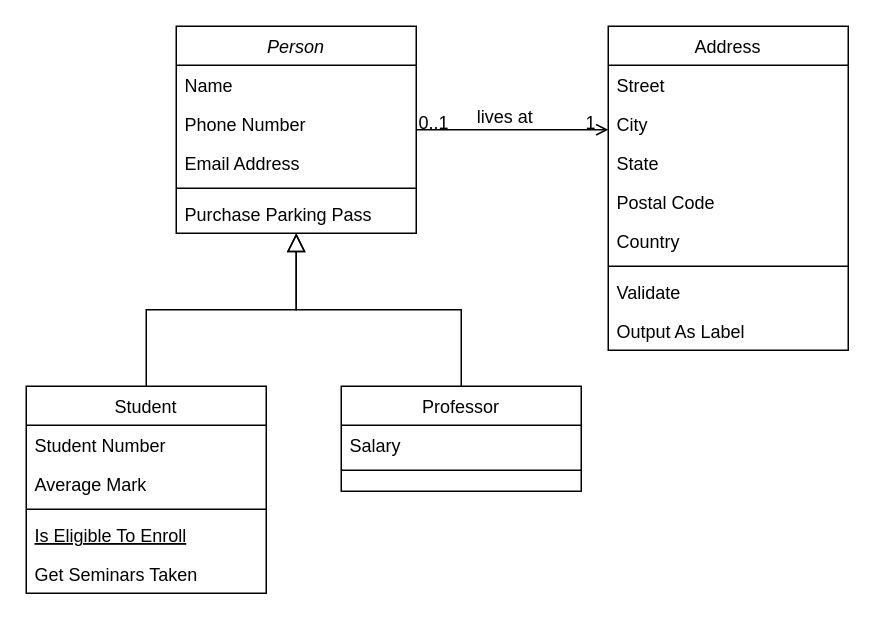
Above: Diagrama sem nome.drawio in Olisabbi/Arithmosotto (draw.io), before the change. Source tidied: cells renumbered, new cells numbered last; positions are measured from the earlier drawing's top-left corner, leaving out a move shared by most shapes. Both pictures are drawn from the tidied source at 150%, with x=0, y=0 at pixel (26, 26).
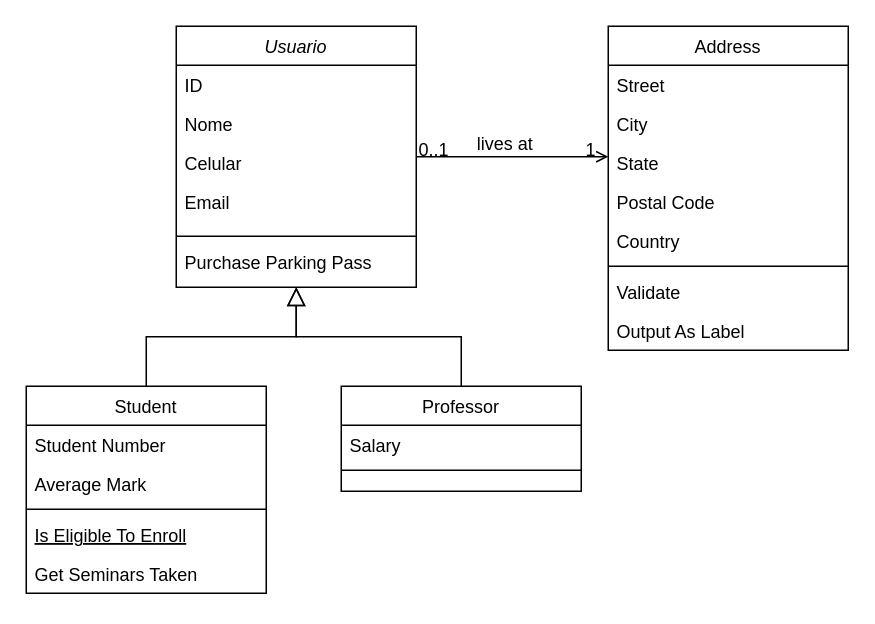
After the change.

Diff of the diagram source:
```diff
@@
-    <mxCell id="2" value="Person" style="swimlane;fontStyle=2;align=center;verticalAlign=top;horizontal=1;startSize=26;rounded=0;shadow=0;strokeWidth=1;" parent="1" vertex="1">
-      <mxGeometry x="100" width="160" height="138" as="geometry" />
+    <mxCell id="2" value="Usuario" style="swimlane;fontStyle=2;align=center;verticalAlign=top;horizontal=1;startSize=26;rounded=0;shadow=0;strokeWidth=1;" parent="1" vertex="1">
+      <mxGeometry x="100" width="160" height="174" as="geometry" />
     </mxCell>
-    <mxCell id="3" value="Name" style="text;align=left;verticalAlign=top;spacingLeft=4;spacingRight=4;overflow=hidden;" parent="2" vertex="1">
+    <mxCell id="3" value="ID" style="text;align=left;verticalAlign=top;spacingLeft=4;spacingRight=4;overflow=hidden;" parent="2" vertex="1">
       <mxGeometry y="26" width="160" height="26" as="geometry" />
     </mxCell>
+    <mxCell id="32" value="Nome" style="text;align=left;verticalAlign=top;spacingLeft=4;spacingRight=4;overflow=hidden;" parent="2" vertex="1">
+      <mxGeometry y="52" width="160" height="26" as="geometry" />
+    </mxCell>
-    <mxCell id="4" value="Phone Number" style="text;align=left;verticalAlign=top;spacingLeft=4;spacingRight=4;overflow=hidden;rounded=0;shadow=0;html=0;" parent="2" vertex="1">
-      <mxGeometry y="52" width="160" height="26" as="geometry" />
+    <mxCell id="4" value="Celular" style="text;align=left;verticalAlign=top;spacingLeft=4;spacingRight=4;overflow=hidden;rounded=0;shadow=0;html=0;" parent="2" vertex="1">
+      <mxGeometry y="78" width="160" height="26" as="geometry" />
     </mxCell>
-    <mxCell id="5" value="Email Address" style="text;align=left;verticalAlign=top;spacingLeft=4;spacingRight=4;overflow=hidden;rounded=0;shadow=0;html=0;" parent="2" vertex="1">
-      <mxGeometry y="78" width="160" height="26" as="geometry" />
+    <mxCell id="5" value="Email " style="text;align=left;verticalAlign=top;spacingLeft=4;spacingRight=4;overflow=hidden;rounded=0;shadow=0;html=0;" parent="2" vertex="1">
+      <mxGeometry y="104" width="160" height="32" as="geometry" />
     </mxCell>
     <mxCell id="6" style="line;html=1;strokeWidth=1;align=left;verticalAlign=middle;spacingTop=-1;spacingLeft=3;spacingRight=3;labelPosition=right;" parent="2" vertex="1">
-      <mxGeometry y="104" width="160" height="8" as="geometry" />
+      <mxGeometry y="136" width="160" height="8" as="geometry" />
     </mxCell>
     <mxCell id="7" value="Purchase Parking Pass" style="text;align=left;verticalAlign=top;spacingLeft=4;spacingRight=4;overflow=hidden;" parent="2" vertex="1">
-      <mxGeometry y="112" width="160" height="26" as="geometry" />
+      <mxGeometry y="144" width="160" height="26" as="geometry" />
     </mxCell>
```
